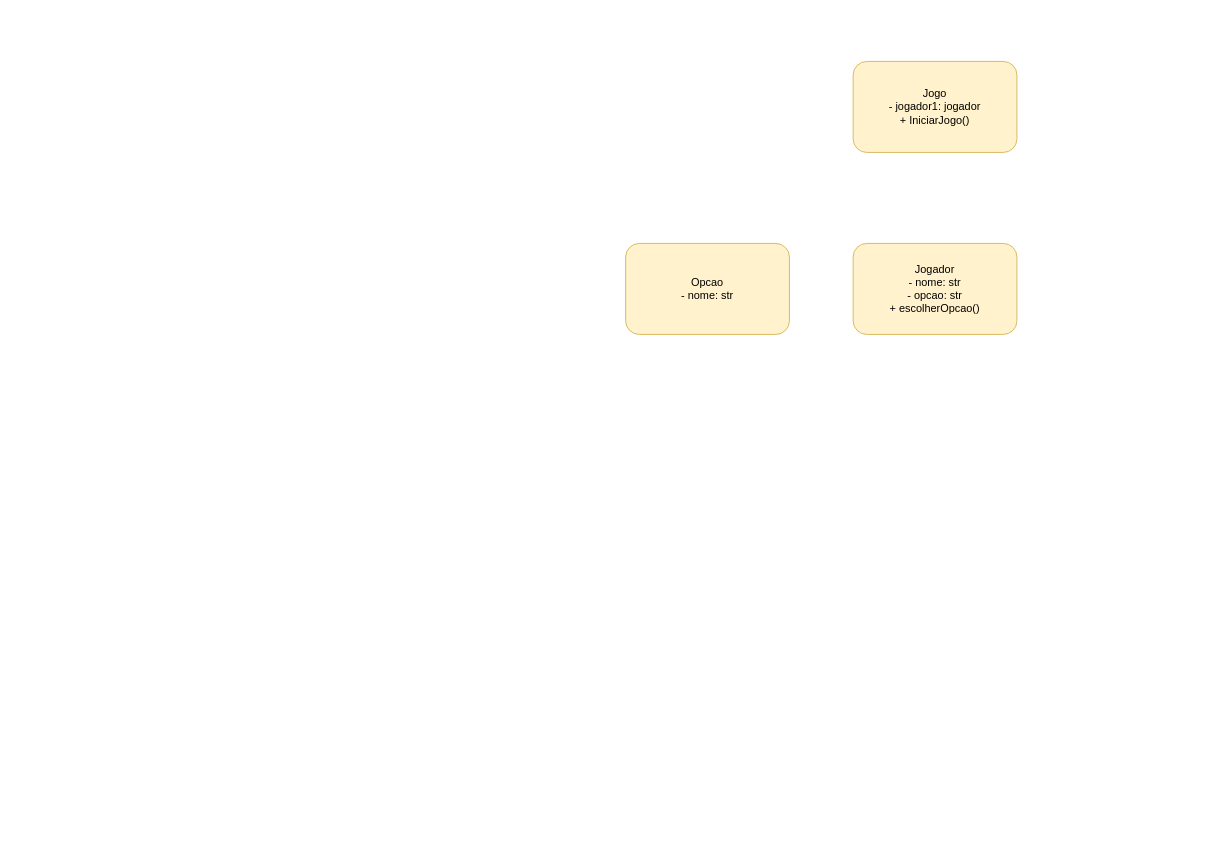
devfelipeeduardo/RockPaperScissorsMVC keeps this draw.io diagram as RockPaperScissorsMVC.drawio. Above is the earlier version. Source tidied: cells renumbered, new cells numbered last; positions are measured from the earlier drawing's top-left corner, leaving out a move shared by most shapes. Both pictures are drawn from the tidied source at 91%, with x=0, y=0 at pixel (625, 61).
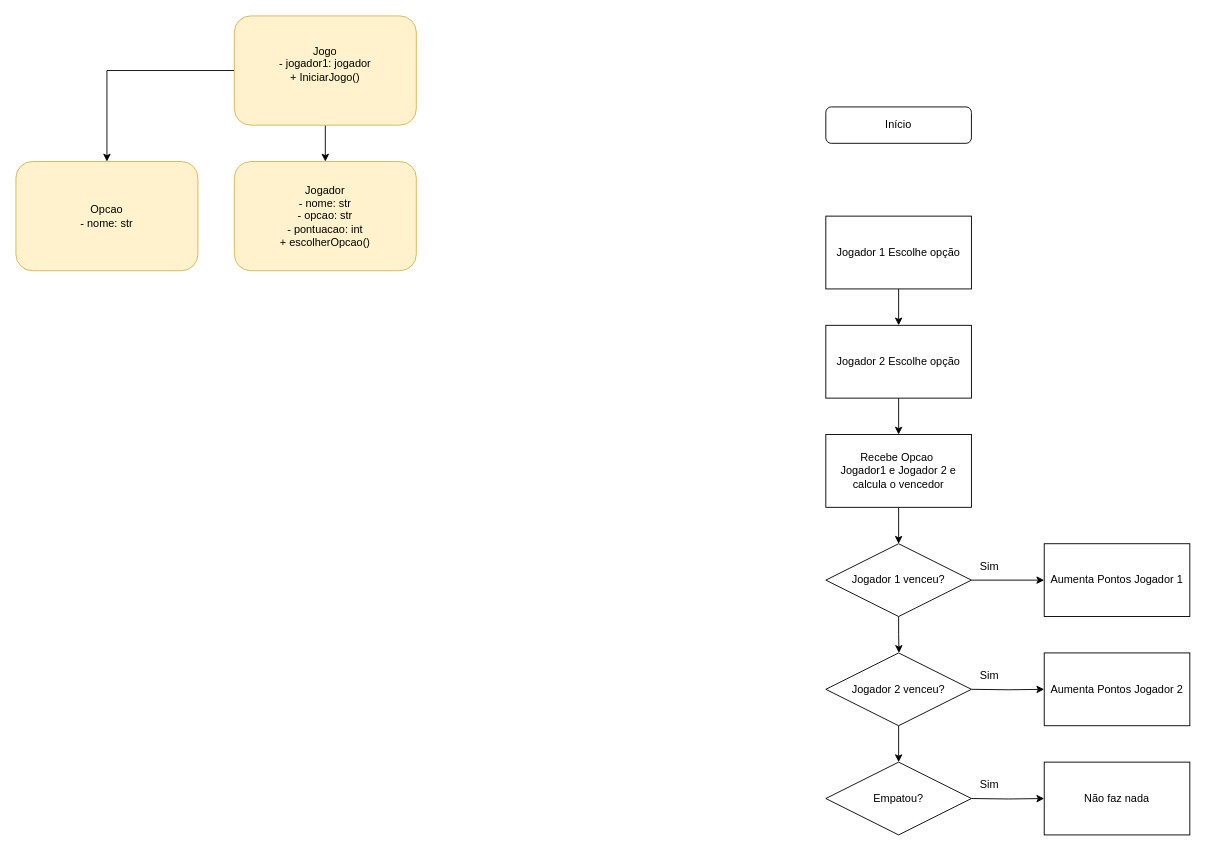
The same page after the edit.

The edit, as a diff of the source:
```diff
@@
+    <mxCell id="5" style="edgeStyle=orthogonalEdgeStyle;rounded=0;jettySize=auto;html=1;exitX=0.5;exitY=1;exitDx=0;exitDy=0;" parent="1" edge="1" source="2" target="3">
+      <mxGeometry relative="1" as="geometry" />
+    </mxCell>
+    <mxCell id="6" style="edgeStyle=orthogonalEdgeStyle;rounded=0;jettySize=auto;html=1;exitX=0;exitY=0.5;exitDx=0;exitDy=0;entryX=0.5;entryY=0;entryDx=0;entryDy=0;" parent="1" edge="1" source="2" target="4">
+      <mxGeometry relative="1" as="geometry" />
+    </mxCell>
-    <mxCell id="2" value="Jogo&lt;div&gt;- jogador1: jogador&lt;/div&gt;&lt;div&gt;+ IniciarJogo()&lt;/div&gt;" style="rounded=1;whiteSpace=wrap;html=1;fillColor=#fff2cc;strokeColor=#d6b656;" parent="1" vertex="1">
-      <mxGeometry x="250" width="180" height="100" as="geometry" />
+    <mxCell id="2" value="Jogo&lt;div&gt;- jogador1: jogador&lt;/div&gt;&lt;div&gt;+ IniciarJogo()&lt;/div&gt;&lt;div&gt;&lt;br&gt;&lt;/div&gt;" style="rounded=1;whiteSpace=wrap;html=1;fillColor=#fff2cc;strokeColor=#d6b656;" parent="1" vertex="1">
+      <mxGeometry x="-430" y="-50" width="200" height="120" as="geometry" />
     </mxCell>
-    <mxCell id="3" value="Jogador&lt;div&gt;- nome: str&lt;/div&gt;&lt;div&gt;- opcao: str&lt;/div&gt;&lt;div&gt;+ escolherOpcao()&lt;/div&gt;" style="rounded=1;whiteSpace=wrap;html=1;fillColor=#fff2cc;strokeColor=#d6b656;" parent="1" vertex="1">
-      <mxGeometry x="250" y="200" width="180" height="100" as="geometry" />
+    <mxCell id="3" value="Jogador&lt;div&gt;- nome: str&lt;/div&gt;&lt;div&gt;- opcao: str&lt;/div&gt;&lt;div&gt;- pontuacao: int&lt;/div&gt;&lt;div&gt;+ escolherOpcao()&lt;/div&gt;" style="rounded=1;whiteSpace=wrap;html=1;fillColor=#fff2cc;strokeColor=#d6b656;" parent="1" vertex="1">
+      <mxGeometry x="-430" y="110" width="200" height="120" as="geometry" />
     </mxCell>
     <mxCell id="4" value="Opcao&lt;div&gt;- nome: str&lt;/div&gt;" style="rounded=1;whiteSpace=wrap;html=1;fillColor=#fff2cc;strokeColor=#d6b656;" parent="1" vertex="1">
-      <mxGeometry y="200" width="180" height="100" as="geometry" />
+      <mxGeometry x="-670" y="110" width="200" height="120" as="geometry" />
     </mxCell>
+    <mxCell id="7" value="Início" style="rounded=1;whiteSpace=wrap;html=1;" parent="1" vertex="1">
+      <mxGeometry x="220" y="50" width="160" height="40" as="geometry" />
+    </mxCell>
+    <mxCell id="8" style="edgeStyle=orthogonalEdgeStyle;rounded=0;jettySize=auto;html=1;entryX=0;entryY=0.5;entryDx=0;entryDy=0;" parent="1" edge="1" source="10" target="14">
+      <mxGeometry relative="1" as="geometry" />
+    </mxCell>
+    <mxCell id="9" style="edgeStyle=orthogonalEdgeStyle;rounded=0;jettySize=auto;html=1;exitX=0.5;exitY=1;exitDx=0;exitDy=0;" parent="1" edge="1" source="10">
+      <mxGeometry relative="1" as="geometry">
+        <mxPoint x="300.4" y="650" as="targetPoint" />
+      </mxGeometry>
+    </mxCell>
+    <mxCell id="10" value="Jogador 1 venceu?" style="rhombus;whiteSpace=wrap;html=1;" parent="1" vertex="1">
+      <mxGeometry x="220" y="530" width="160" height="80" as="geometry" />
+    </mxCell>
+    <mxCell id="11" style="edgeStyle=orthogonalEdgeStyle;rounded=0;jettySize=auto;html=1;" parent="1" edge="1" source="12" target="10">
+      <mxGeometry relative="1" as="geometry" />
+    </mxCell>
+    <mxCell id="12" value="Recebe Opcao&amp;nbsp;&lt;div&gt;Jogador1 e Jogador 2 e calcula o vencedor&lt;/div&gt;" style="rounded=0;whiteSpace=wrap;html=1;" parent="1" vertex="1">
+      <mxGeometry x="220" y="410" width="160" height="80" as="geometry" />
+    </mxCell>
+    <mxCell id="13" value="Sim" style="text;html=1;align=center;verticalAlign=middle;whiteSpace=wrap;rounded=0;" parent="1" vertex="1">
+      <mxGeometry x="370" y="540" width="60" height="30" as="geometry" />
+    </mxCell>
+    <mxCell id="14" value="Aumenta Pontos Jogador 1" style="rounded=0;whiteSpace=wrap;html=1;" parent="1" vertex="1">
+      <mxGeometry x="460" y="530" width="160" height="80" as="geometry" />
+    </mxCell>
+    <mxCell id="15" style="edgeStyle=orthogonalEdgeStyle;rounded=0;jettySize=auto;html=1;exitX=0.5;exitY=1;exitDx=0;exitDy=0;entryX=0.5;entryY=0;entryDx=0;entryDy=0;" parent="1" edge="1" source="16" target="20">
+      <mxGeometry relative="1" as="geometry" />
+    </mxCell>
+    <mxCell id="16" value="Jogador 2 venceu?" style="rhombus;whiteSpace=wrap;html=1;" parent="1" vertex="1">
+      <mxGeometry x="220" y="650" width="160" height="80" as="geometry" />
+    </mxCell>
+    <mxCell id="17" style="edgeStyle=orthogonalEdgeStyle;rounded=0;jettySize=auto;html=1;entryX=0;entryY=0.5;entryDx=0;entryDy=0;" parent="1" edge="1" target="19">
+      <mxGeometry relative="1" as="geometry">
+        <mxPoint x="380" y="690" as="sourcePoint" />
+      </mxGeometry>
+    </mxCell>
+    <mxCell id="18" value="Sim" style="text;html=1;align=center;verticalAlign=middle;whiteSpace=wrap;rounded=0;" parent="1" vertex="1">
+      <mxGeometry x="370" y="660" width="60" height="30" as="geometry" />
+    </mxCell>
+    <mxCell id="19" value="Aumenta Pontos Jogador 2" style="rounded=0;whiteSpace=wrap;html=1;" parent="1" vertex="1">
+      <mxGeometry x="460" y="650" width="160" height="80" as="geometry" />
+    </mxCell>
+    <mxCell id="20" value="Empatou?" style="rhombus;whiteSpace=wrap;html=1;" parent="1" vertex="1">
+      <mxGeometry x="220" y="770" width="160" height="80" as="geometry" />
+    </mxCell>
+    <mxCell id="21" style="edgeStyle=orthogonalEdgeStyle;rounded=0;jettySize=auto;html=1;entryX=0;entryY=0.5;entryDx=0;entryDy=0;" parent="1" edge="1" target="23">
+      <mxGeometry relative="1" as="geometry">
+        <mxPoint x="380" y="810" as="sourcePoint" />
+      </mxGeometry>
+    </mxCell>
+    <mxCell id="22" value="Sim" style="text;html=1;align=center;verticalAlign=middle;whiteSpace=wrap;rounded=0;" parent="1" vertex="1">
+      <mxGeometry x="370" y="780" width="60" height="30" as="geometry" />
+    </mxCell>
+    <mxCell id="23" value="Não faz nada" style="rounded=0;whiteSpace=wrap;html=1;" parent="1" vertex="1">
+      <mxGeometry x="460" y="770" width="160" height="80" as="geometry" />
+    </mxCell>
+    <mxCell id="24" style="edgeStyle=orthogonalEdgeStyle;rounded=0;jettySize=auto;html=1;exitX=0.5;exitY=1;exitDx=0;exitDy=0;entryX=0.5;entryY=0;entryDx=0;entryDy=0;" parent="1" edge="1" source="25" target="12">
+      <mxGeometry relative="1" as="geometry" />
+    </mxCell>
+    <mxCell id="25" value="Jogador 2 Escolhe opção" style="rounded=0;whiteSpace=wrap;html=1;" parent="1" vertex="1">
+      <mxGeometry x="220" y="290" width="160" height="80" as="geometry" />
+    </mxCell>
+    <mxCell id="26" style="edgeStyle=orthogonalEdgeStyle;rounded=0;jettySize=auto;html=1;exitX=0.5;exitY=1;exitDx=0;exitDy=0;entryX=0.5;entryY=0;entryDx=0;entryDy=0;" parent="1" edge="1" source="27" target="25">
+      <mxGeometry relative="1" as="geometry" />
+    </mxCell>
+    <mxCell id="27" value="Jogador 1 Escolhe opção" style="rounded=0;whiteSpace=wrap;html=1;" parent="1" vertex="1">
+      <mxGeometry x="220" y="170" width="160" height="80" as="geometry" />
+    </mxCell>
```
